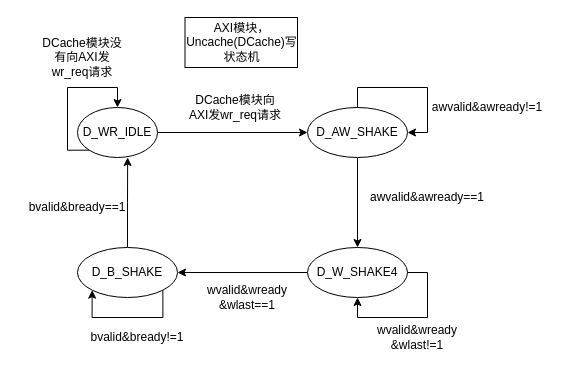
booniebears/study_record keeps this draw.io diagram as page "AXI-Uncache写状态机" (4 of 4) of AXI/AXI.drawio. Above is the earlier version. Source tidied: cells renumbered, new cells numbered last; positions are measured from the earlier drawing's top-left corner, leaving out a move shared by most shapes. Both pictures are drawn from the tidied source at 100%, with x=0, y=0 at pixel (17, 17).
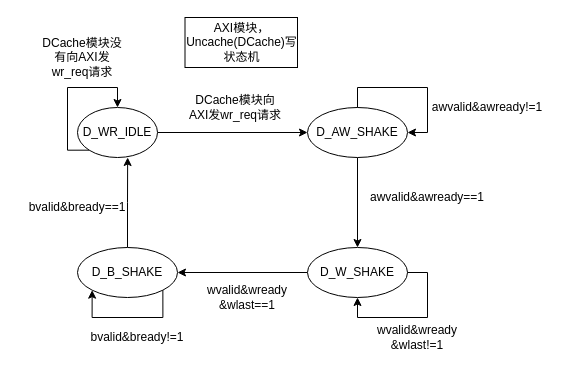
The same diagram, later.

The edit, as a diff of the source:
```diff
@@
-    <mxCell id="10" value="D_W_SHAKE4" style="ellipse;whiteSpace=wrap;html=1;" parent="1" vertex="1">
+    <mxCell id="10" value="D_W_SHAKE" style="ellipse;whiteSpace=wrap;html=1;" parent="1" vertex="1">
       <mxGeometry x="290" y="230" width="100" height="50" as="geometry" />
     </mxCell>
```
